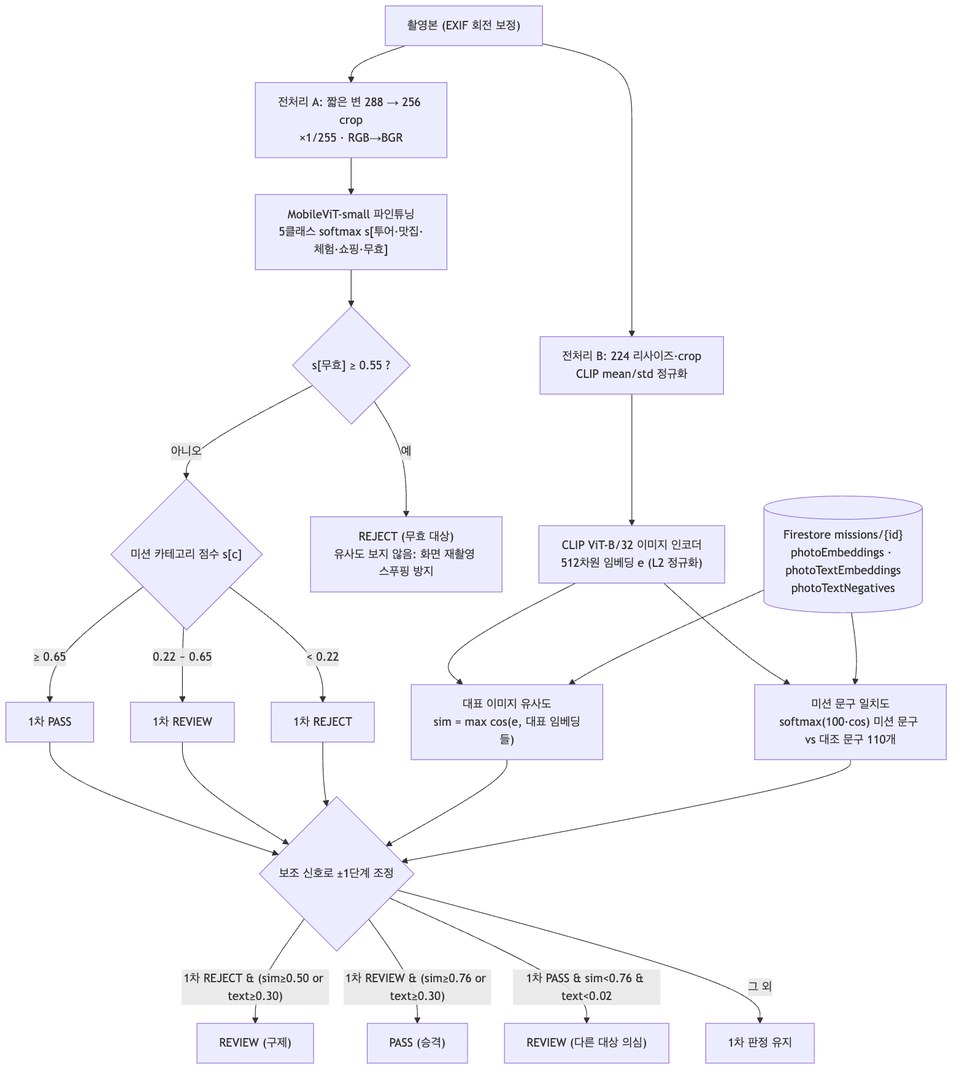
Earlier version of the Mermaid export docs/diagrams/03-photo-verification.png (kimgayeon430/seoul-quest). Its source is kept beside it as docs/diagrams/03-photo-verification.mmd.
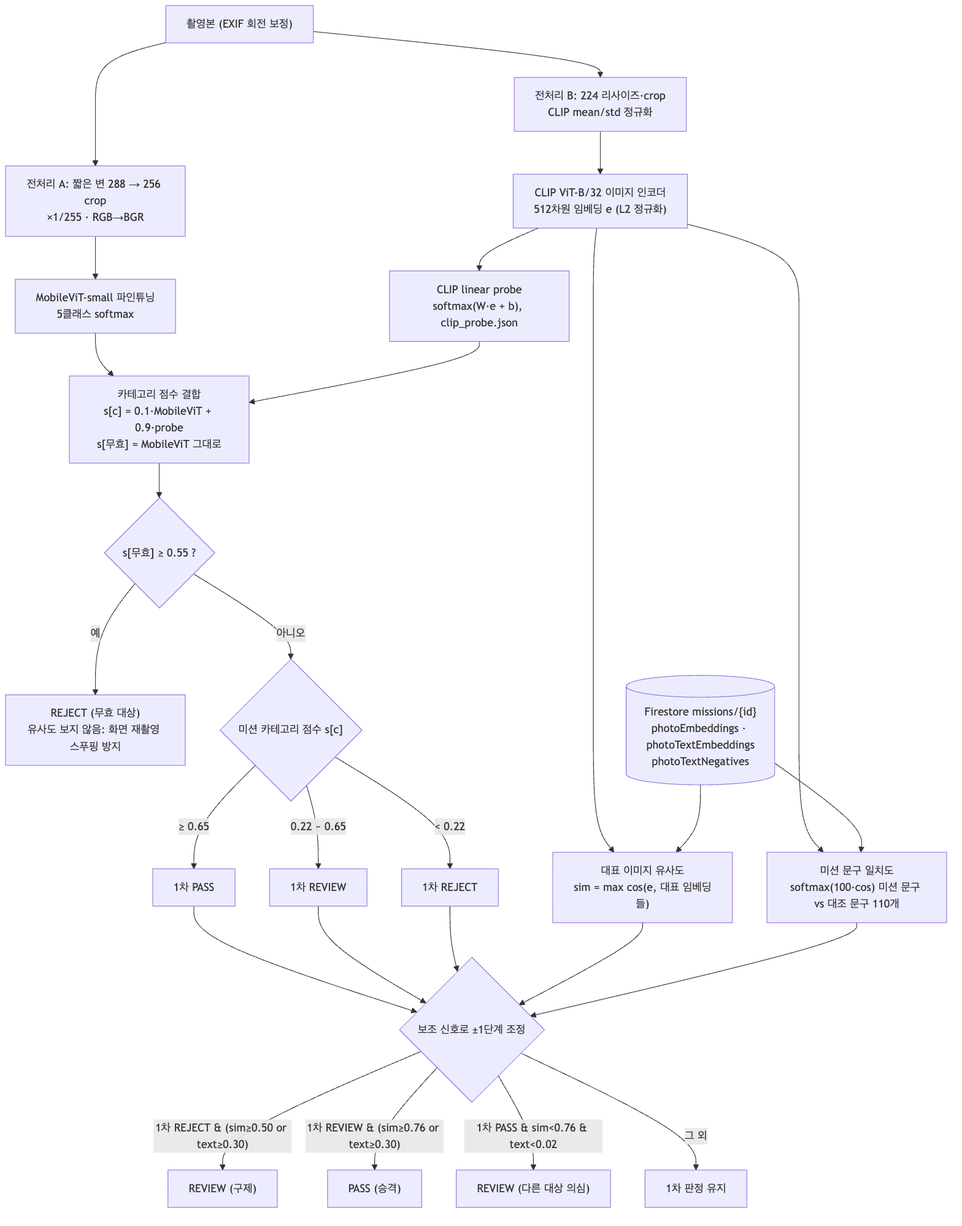
The same file after the commit.

Commit message:
docs: 사진 인증 구성도에 CLIP probe 단계 반영, 분류기 fp32 표기 수정

Diff of the diagram source:
```diff
@@ -1,9 +1,12 @@
 flowchart TD
   IMG["촬영본 (EXIF 회전 보정)"] --> PRE1["전처리 A: 짧은 변 288 → 256 crop<br/>×1/255 · RGB→BGR"]
   IMG --> PRE2["전처리 B: 224 리사이즈·crop<br/>CLIP mean/std 정규화"]
-  PRE1 --> MV["MobileViT-small 파인튜닝<br/>5클래스 softmax s[투어·맛집·체험·쇼핑·무효]"]
+  PRE1 --> MV["MobileViT-small 파인튜닝<br/>5클래스 softmax"]
   PRE2 --> CL["CLIP ViT-B/32 이미지 인코더<br/>512차원 임베딩 e (L2 정규화)"]
-  MV --> G1{"s[무효] ≥ 0.55 ?"}
+  CL --> PROBE["CLIP linear probe<br/>softmax(W·e + b), clip_probe.json"]
+  MV --> MIX["카테고리 점수 결합<br/>s[c] = 0.1·MobileViT + 0.9·probe<br/>s[무효] = MobileViT 그대로"]
+  PROBE --> MIX
+  MIX --> G1{"s[무효] ≥ 0.55 ?"}
   G1 -- 예 --> REJ1["REJECT (무효 대상)<br/>유사도 보지 않음: 화면 재촬영 스푸핑 방지"]
   G1 -- 아니오 --> G2{"미션 카테고리 점수 s[c]"}
   G2 -- "≥ 0.65" --> BP["1차 PASS"]
```
